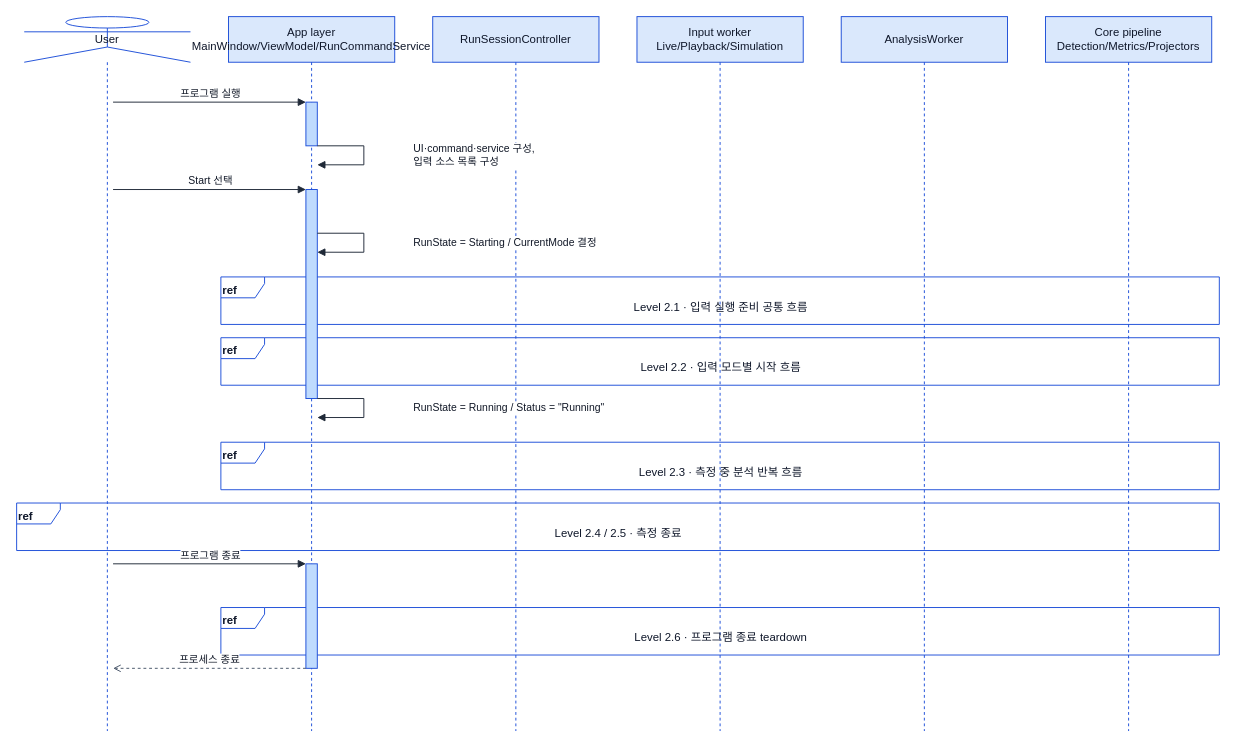
The draw.io diagram page "Level 1 · 실행 수명주기 개요" (1 of 7) of docs/architecture/Sequence/sequence.drawio in Jae-hong-5/TimeGrapher-Net, before the edit. Source tidied: cells renumbered, new cells numbered last; positions are measured from the earlier drawing's top-left corner, leaving out a move shared by most shapes. Both pictures are drawn from the tidied source at 95%, with x=0, y=0 at pixel (16, 16).
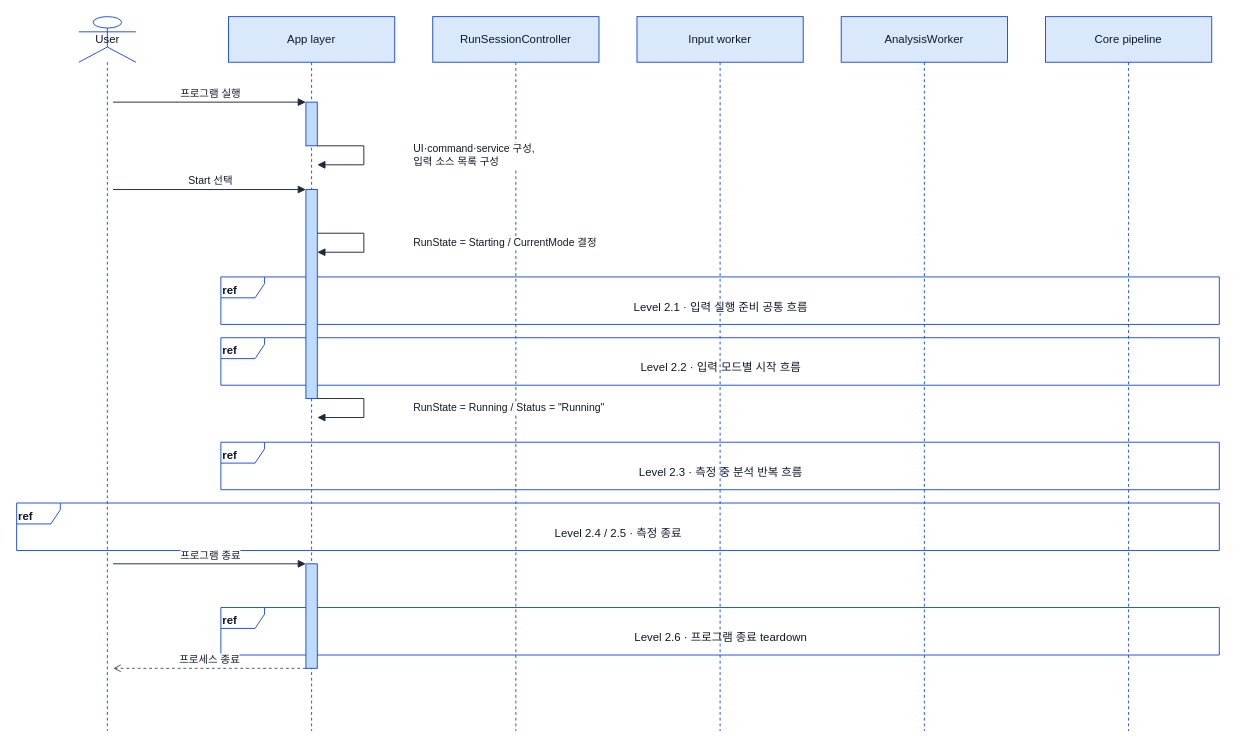
The same diagram, later.

Diff of the diagram source:
```diff
@@
     <mxCell id="2" value="User" style="shape=umlLifeline;participant=umlActor;perimeter=lifelinePerimeter;whiteSpace=wrap;html=1;size=48;fillColor=none;strokeColor=#1d4ed8;fontColor=#0f172a;fontSize=12;" parent="1" vertex="1">
-      <mxGeometry x="8" width="175" height="752" as="geometry" />
+      <mxGeometry x="65.5" width="60" height="752" as="geometry" />
     </mxCell>
-    <mxCell id="3" value="App layer&#10;MainWindow/ViewModel/RunCommandService" style="shape=umlLifeline;perimeter=lifelinePerimeter;whiteSpace=wrap;html=1;size=48;fillColor=#dae8fc;strokeColor=#1d4ed8;fontColor=#0f172a;fontSize=12;" parent="1" vertex="1">
+    <mxCell id="3" value="App layer" style="shape=umlLifeline;perimeter=lifelinePerimeter;whiteSpace=wrap;html=1;size=48;fillColor=#dae8fc;strokeColor=#1d4ed8;fontColor=#0f172a;fontSize=12;" parent="1" vertex="1">
       <mxGeometry x="223" width="175" height="752" as="geometry" />
     </mxCell>
@@
-    <mxCell id="5" value="Input worker&#10;Live/Playback/Simulation" style="shape=umlLifeline;perimeter=lifelinePerimeter;whiteSpace=wrap;html=1;size=48;fillColor=#dae8fc;strokeColor=#1d4ed8;fontColor=#0f172a;fontSize=12;" parent="1" vertex="1">
+    <mxCell id="5" value="Input worker" style="shape=umlLifeline;perimeter=lifelinePerimeter;whiteSpace=wrap;html=1;size=48;fillColor=#dae8fc;strokeColor=#1d4ed8;fontColor=#0f172a;fontSize=12;" parent="1" vertex="1">
       <mxGeometry x="653" width="175" height="752" as="geometry" />
     </mxCell>
@@
-    <mxCell id="7" value="Core pipeline&#10;Detection/Metrics/Projectors" style="shape=umlLifeline;perimeter=lifelinePerimeter;whiteSpace=wrap;html=1;size=48;fillColor=#dae8fc;strokeColor=#1d4ed8;fontColor=#0f172a;fontSize=12;" parent="1" vertex="1">
+    <mxCell id="7" value="Core pipeline" style="shape=umlLifeline;perimeter=lifelinePerimeter;whiteSpace=wrap;html=1;size=48;fillColor=#dae8fc;strokeColor=#1d4ed8;fontColor=#0f172a;fontSize=12;" parent="1" vertex="1">
       <mxGeometry x="1083" width="175" height="752" as="geometry" />
     </mxCell>
```
